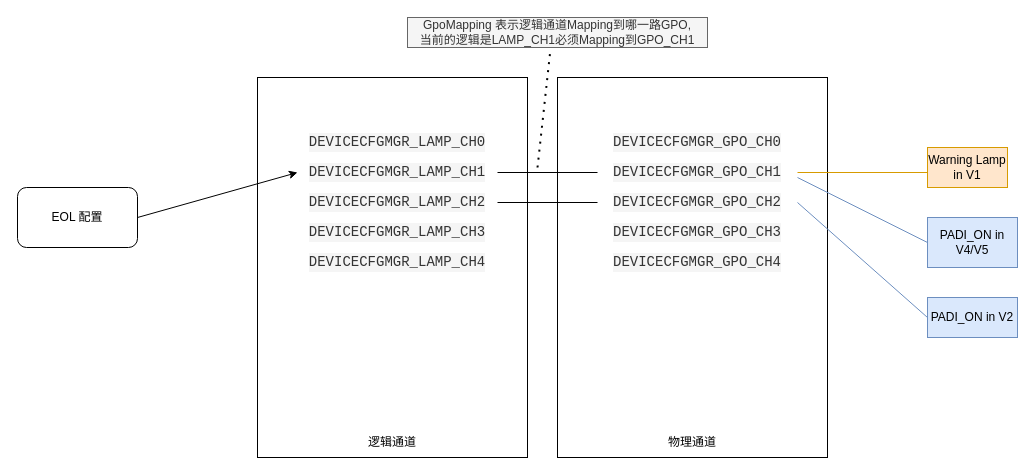
Before: Gpo_configuration.drawio in woshitanwang/pics_procdure, a draw.io diagram. Source tidied: cells renumbered, new cells numbered last; positions are measured from the earlier drawing's top-left corner, leaving out a move shared by most shapes. Both pictures are drawn from the tidied source at 100%, with x=0, y=0 at pixel (17, 17).
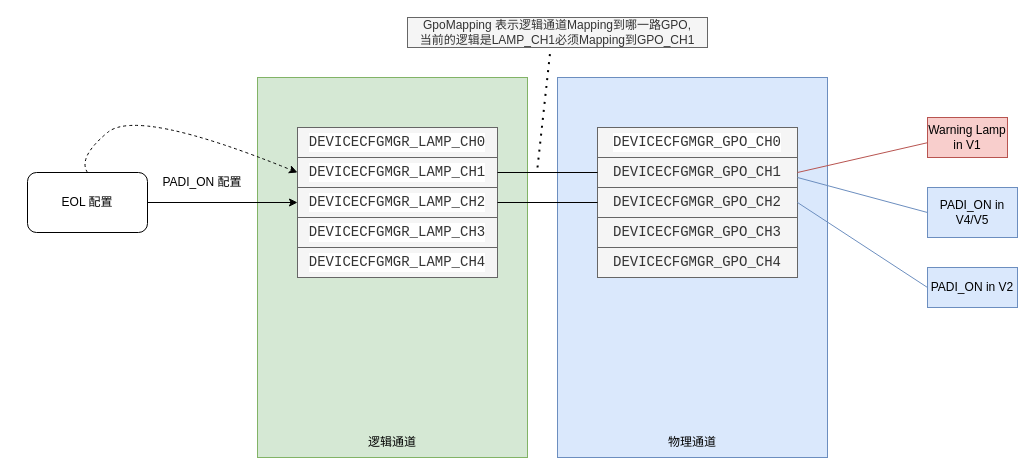
The same diagram, later.

Change to the diagram source:
```diff
@@
-    <mxCell id="2" style="rounded=0;whiteSpace=wrap;html=1;" parent="1" vertex="1">
+    <mxCell id="2" style="rounded=0;whiteSpace=wrap;html=1;fillColor=#d5e8d4;strokeColor=#82b366;" parent="1" vertex="1">
       <mxGeometry x="240" y="60" width="270" height="380" as="geometry" />
     </mxCell>
@@
-    <mxCell id="4" style="rounded=0;whiteSpace=wrap;html=1;" parent="1" vertex="1">
+    <mxCell id="4" style="rounded=0;whiteSpace=wrap;html=1;fillColor=#dae8fc;strokeColor=#6c8ebf;" parent="1" vertex="1">
       <mxGeometry x="540" y="60" width="270" height="380" as="geometry" />
     </mxCell>
@@
-    <mxCell id="6" value="&lt;div style=&quot;color: rgb(51, 51, 51); background-color: rgb(245, 245, 245); font-family: Consolas, &amp;quot;Courier New&amp;quot;, monospace; font-size: 14px; line-height: 19px;&quot;&gt;DEVICECFGMGR_LAMP_CH0&lt;/div&gt;" style="text;html=1;strokeColor=none;fillColor=none;align=center;verticalAlign=middle;whiteSpace=wrap;rounded=0;" parent="1" vertex="1">
+    <mxCell id="6" value="&lt;div style=&quot;color: rgb(51, 51, 51); font-family: Consolas, &amp;quot;Courier New&amp;quot;, monospace; font-size: 14px; line-height: 19px;&quot;&gt;DEVICECFGMGR_LAMP_CH0&lt;/div&gt;" style="text;html=1;strokeColor=#666666;fillColor=#f5f5f5;align=center;verticalAlign=middle;whiteSpace=wrap;rounded=0;labelBackgroundColor=#FFFFFF;fontColor=#333333;" parent="1" vertex="1">
       <mxGeometry x="280" y="110" width="200" height="30" as="geometry" />
     </mxCell>
-    <mxCell id="7" value="&lt;div style=&quot;color: rgb(51, 51, 51); background-color: rgb(245, 245, 245); font-family: Consolas, &amp;quot;Courier New&amp;quot;, monospace; font-size: 14px; line-height: 19px;&quot;&gt;DEVICECFGMGR_LAMP_CH1&lt;/div&gt;" style="text;html=1;strokeColor=none;fillColor=none;align=center;verticalAlign=middle;whiteSpace=wrap;rounded=0;" parent="1" vertex="1">
+    <mxCell id="7" value="&lt;div style=&quot;color: rgb(51, 51, 51); font-family: Consolas, &amp;quot;Courier New&amp;quot;, monospace; font-size: 14px; line-height: 19px;&quot;&gt;DEVICECFGMGR_LAMP_CH1&lt;/div&gt;" style="text;html=1;strokeColor=#666666;fillColor=#f5f5f5;align=center;verticalAlign=middle;whiteSpace=wrap;rounded=0;labelBackgroundColor=#FFFFFF;fontColor=#333333;" parent="1" vertex="1">
       <mxGeometry x="280" y="140" width="200" height="30" as="geometry" />
     </mxCell>
-    <mxCell id="8" value="&lt;div style=&quot;color: rgb(51, 51, 51); background-color: rgb(245, 245, 245); font-family: Consolas, &amp;quot;Courier New&amp;quot;, monospace; font-size: 14px; line-height: 19px;&quot;&gt;DEVICECFGMGR_LAMP_CH2&lt;/div&gt;" style="text;html=1;strokeColor=none;fillColor=none;align=center;verticalAlign=middle;whiteSpace=wrap;rounded=0;" parent="1" vertex="1">
+    <mxCell id="8" value="&lt;div style=&quot;color: rgb(51, 51, 51); font-family: Consolas, &amp;quot;Courier New&amp;quot;, monospace; font-size: 14px; line-height: 19px;&quot;&gt;DEVICECFGMGR_LAMP_CH2&lt;/div&gt;" style="text;html=1;strokeColor=#666666;fillColor=#f5f5f5;align=center;verticalAlign=middle;whiteSpace=wrap;rounded=0;labelBackgroundColor=#FFFFFF;fontColor=#333333;" parent="1" vertex="1">
       <mxGeometry x="280" y="170" width="200" height="30" as="geometry" />
     </mxCell>
-    <mxCell id="9" value="&lt;div style=&quot;color: rgb(51, 51, 51); background-color: rgb(245, 245, 245); font-family: Consolas, &amp;quot;Courier New&amp;quot;, monospace; font-size: 14px; line-height: 19px;&quot;&gt;DEVICECFGMGR_LAMP_CH3&lt;/div&gt;" style="text;html=1;strokeColor=none;fillColor=none;align=center;verticalAlign=middle;whiteSpace=wrap;rounded=0;" parent="1" vertex="1">
+    <mxCell id="9" value="&lt;div style=&quot;color: rgb(51, 51, 51); font-family: Consolas, &amp;quot;Courier New&amp;quot;, monospace; font-size: 14px; line-height: 19px;&quot;&gt;DEVICECFGMGR_LAMP_CH3&lt;/div&gt;" style="text;html=1;strokeColor=#666666;fillColor=#f5f5f5;align=center;verticalAlign=middle;whiteSpace=wrap;rounded=0;labelBackgroundColor=#FFFFFF;fontColor=#333333;" parent="1" vertex="1">
       <mxGeometry x="280" y="200" width="200" height="30" as="geometry" />
     </mxCell>
-    <mxCell id="10" value="&lt;div style=&quot;color: rgb(51, 51, 51); background-color: rgb(245, 245, 245); font-family: Consolas, &amp;quot;Courier New&amp;quot;, monospace; font-size: 14px; line-height: 19px;&quot;&gt;DEVICECFGMGR_LAMP_CH4&lt;/div&gt;" style="text;html=1;strokeColor=none;fillColor=none;align=center;verticalAlign=middle;whiteSpace=wrap;rounded=0;" parent="1" vertex="1">
+    <mxCell id="10" value="&lt;div style=&quot;color: rgb(51, 51, 51); font-family: Consolas, &amp;quot;Courier New&amp;quot;, monospace; font-size: 14px; line-height: 19px;&quot;&gt;DEVICECFGMGR_LAMP_CH4&lt;/div&gt;" style="text;html=1;strokeColor=#666666;fillColor=#f5f5f5;align=center;verticalAlign=middle;whiteSpace=wrap;rounded=0;labelBackgroundColor=#FFFFFF;fontColor=#333333;" parent="1" vertex="1">
       <mxGeometry x="280" y="230" width="200" height="30" as="geometry" />
     </mxCell>
-    <mxCell id="11" value="&lt;div style=&quot;color: rgb(51, 51, 51); background-color: rgb(245, 245, 245); font-family: Consolas, &amp;quot;Courier New&amp;quot;, monospace; font-size: 14px; line-height: 19px;&quot;&gt;&lt;div style=&quot;line-height: 19px;&quot;&gt;DEVICECFGMGR_GPO_CH0&lt;/div&gt;&lt;/div&gt;" style="text;html=1;strokeColor=none;fillColor=none;align=center;verticalAlign=middle;whiteSpace=wrap;rounded=0;" parent="1" vertex="1">
+    <mxCell id="11" value="&lt;div style=&quot;font-family: Consolas, &amp;quot;Courier New&amp;quot;, monospace; font-size: 14px; line-height: 19px;&quot;&gt;&lt;div style=&quot;line-height: 19px;&quot;&gt;DEVICECFGMGR_GPO_CH0&lt;/div&gt;&lt;/div&gt;" style="text;html=1;strokeColor=#666666;fillColor=#f5f5f5;align=center;verticalAlign=middle;whiteSpace=wrap;rounded=0;labelBackgroundColor=#FFFFFF;fontColor=#333333;" parent="1" vertex="1">
       <mxGeometry x="580" y="110" width="200" height="30" as="geometry" />
     </mxCell>
-    <mxCell id="12" value="&lt;div style=&quot;color: rgb(51, 51, 51); background-color: rgb(245, 245, 245); font-family: Consolas, &amp;quot;Courier New&amp;quot;, monospace; font-size: 14px; line-height: 19px;&quot;&gt;&lt;div style=&quot;line-height: 19px;&quot;&gt;DEVICECFGMGR_GPO_CH1&lt;/div&gt;&lt;/div&gt;" style="text;html=1;strokeColor=none;fillColor=none;align=center;verticalAlign=middle;whiteSpace=wrap;rounded=0;" parent="1" vertex="1">
+    <mxCell id="12" value="&lt;div style=&quot;background-color: rgb(245, 245, 245); font-family: Consolas, &amp;quot;Courier New&amp;quot;, monospace; font-size: 14px; line-height: 19px;&quot;&gt;&lt;div style=&quot;line-height: 19px;&quot;&gt;DEVICECFGMGR_GPO_CH1&lt;/div&gt;&lt;/div&gt;" style="text;html=1;strokeColor=#666666;fillColor=#f5f5f5;align=center;verticalAlign=middle;whiteSpace=wrap;rounded=0;fontColor=#333333;" parent="1" vertex="1">
       <mxGeometry x="580" y="140" width="200" height="30" as="geometry" />
     </mxCell>
-    <mxCell id="13" value="&lt;div style=&quot;color: rgb(51, 51, 51); background-color: rgb(245, 245, 245); font-family: Consolas, &amp;quot;Courier New&amp;quot;, monospace; font-size: 14px; line-height: 19px;&quot;&gt;&lt;div style=&quot;line-height: 19px;&quot;&gt;DEVICECFGMGR_GPO_CH2&lt;/div&gt;&lt;/div&gt;" style="text;html=1;strokeColor=none;fillColor=none;align=center;verticalAlign=middle;whiteSpace=wrap;rounded=0;" parent="1" vertex="1">
+    <mxCell id="13" value="&lt;div style=&quot;background-color: rgb(245, 245, 245); font-family: Consolas, &amp;quot;Courier New&amp;quot;, monospace; font-size: 14px; line-height: 19px;&quot;&gt;&lt;div style=&quot;line-height: 19px;&quot;&gt;DEVICECFGMGR_GPO_CH2&lt;/div&gt;&lt;/div&gt;" style="text;html=1;strokeColor=#666666;fillColor=#f5f5f5;align=center;verticalAlign=middle;whiteSpace=wrap;rounded=0;fontColor=#333333;" parent="1" vertex="1">
       <mxGeometry x="580" y="170" width="200" height="30" as="geometry" />
     </mxCell>
-    <mxCell id="14" value="&lt;div style=&quot;color: rgb(51, 51, 51); background-color: rgb(245, 245, 245); font-family: Consolas, &amp;quot;Courier New&amp;quot;, monospace; font-size: 14px; line-height: 19px;&quot;&gt;&lt;div style=&quot;line-height: 19px;&quot;&gt;DEVICECFGMGR_GPO_CH3&lt;/div&gt;&lt;/div&gt;" style="text;html=1;strokeColor=none;fillColor=none;align=center;verticalAlign=middle;whiteSpace=wrap;rounded=0;" parent="1" vertex="1">
+    <mxCell id="14" value="&lt;div style=&quot;background-color: rgb(245, 245, 245); font-family: Consolas, &amp;quot;Courier New&amp;quot;, monospace; font-size: 14px; line-height: 19px;&quot;&gt;&lt;div style=&quot;line-height: 19px;&quot;&gt;DEVICECFGMGR_GPO_CH3&lt;/div&gt;&lt;/div&gt;" style="text;html=1;strokeColor=#666666;fillColor=#f5f5f5;align=center;verticalAlign=middle;whiteSpace=wrap;rounded=0;fontColor=#333333;" parent="1" vertex="1">
       <mxGeometry x="580" y="200" width="200" height="30" as="geometry" />
     </mxCell>
-    <mxCell id="15" value="&lt;div style=&quot;color: rgb(51, 51, 51); background-color: rgb(245, 245, 245); font-family: Consolas, &amp;quot;Courier New&amp;quot;, monospace; font-size: 14px; line-height: 19px;&quot;&gt;&lt;div style=&quot;line-height: 19px;&quot;&gt;DEVICECFGMGR_GPO_CH4&lt;/div&gt;&lt;/div&gt;" style="text;html=1;strokeColor=none;fillColor=none;align=center;verticalAlign=middle;whiteSpace=wrap;rounded=0;" parent="1" vertex="1">
+    <mxCell id="15" value="&lt;div style=&quot;background-color: rgb(245, 245, 245); font-family: Consolas, &amp;quot;Courier New&amp;quot;, monospace; font-size: 14px; line-height: 19px;&quot;&gt;&lt;div style=&quot;line-height: 19px;&quot;&gt;DEVICECFGMGR_GPO_CH4&lt;/div&gt;&lt;/div&gt;" style="text;html=1;strokeColor=#666666;fillColor=#f5f5f5;align=center;verticalAlign=middle;whiteSpace=wrap;rounded=0;fontColor=#333333;" parent="1" vertex="1">
       <mxGeometry x="580" y="230" width="200" height="30" as="geometry" />
     </mxCell>
     <mxCell id="16" value="EOL 配置" style="rounded=1;whiteSpace=wrap;html=1;" parent="1" vertex="1">
-      <mxGeometry y="170" width="120" height="60" as="geometry" />
+      <mxGeometry x="10" y="155" width="120" height="60" as="geometry" />
     </mxCell>
@@
-    <mxCell id="18" style="endArrow=none;html=1;rounded=0;exitX=1;exitY=0.5;exitDx=0;exitDy=0;fillColor=#ffe6cc;strokeColor=#d79b00;" parent="1" edge="1" source="12">
-      <mxGeometry relative="1" as="geometry">
-        <mxPoint x="910" y="155" as="targetPoint" />
-      </mxGeometry>
+    <mxCell id="18" style="endArrow=none;html=1;rounded=0;exitX=1;exitY=0.5;exitDx=0;exitDy=0;fillColor=#f8cecc;strokeColor=#b85450;entryX=0.016;entryY=0.623;entryDx=0;entryDy=0;entryPerimeter=0;" parent="1" edge="1" source="12" target="19">
+      <mxGeometry relative="1" as="geometry" />
     </mxCell>
-    <mxCell id="19" value="Warning Lamp in V1" style="text;html=1;strokeColor=#d79b00;fillColor=#ffe6cc;align=center;verticalAlign=middle;whiteSpace=wrap;rounded=0;" parent="1" vertex="1">
-      <mxGeometry x="910" y="130" width="80" height="40" as="geometry" />
+    <mxCell id="19" value="Warning Lamp in V1" style="text;html=1;strokeColor=#b85450;fillColor=#f8cecc;align=center;verticalAlign=middle;whiteSpace=wrap;rounded=0;" parent="1" vertex="1">
+      <mxGeometry x="910" y="100" width="80" height="40" as="geometry" />
     </mxCell>
@@
     <mxCell id="21" value="PADI_ON in V4/V5" style="text;html=1;strokeColor=#6c8ebf;fillColor=#dae8fc;align=center;verticalAlign=middle;whiteSpace=wrap;rounded=0;" parent="1" vertex="1">
-      <mxGeometry x="910" y="200" width="90" height="50" as="geometry" />
+      <mxGeometry x="910" y="170" width="90" height="50" as="geometry" />
     </mxCell>
@@
-    <mxCell id="24" style="endArrow=classic;html=1;rounded=0;exitX=1;exitY=0.5;exitDx=0;exitDy=0;entryX=0;entryY=0.5;entryDx=0;entryDy=0;" parent="1" edge="1" source="16" target="7">
+    <mxCell id="24" style="endArrow=classic;html=1;rounded=0;exitX=1;exitY=0.5;exitDx=0;exitDy=0;entryX=0;entryY=0.5;entryDx=0;entryDy=0;" parent="1" edge="1" source="16" target="8">
       <mxGeometry relative="1" as="geometry" />
     </mxCell>
@@
     <mxCell id="27" value="PADI_ON in V2" style="text;html=1;strokeColor=#6c8ebf;fillColor=#dae8fc;align=center;verticalAlign=middle;whiteSpace=wrap;rounded=0;" parent="1" vertex="1">
-      <mxGeometry x="910" y="280" width="90" height="40" as="geometry" />
+      <mxGeometry x="910" y="250" width="90" height="40" as="geometry" />
     </mxCell>
+    <mxCell id="28" value="PADI_ON 配置" style="text;html=1;strokeColor=none;fillColor=none;align=center;verticalAlign=middle;whiteSpace=wrap;rounded=0;" parent="1" vertex="1">
+      <mxGeometry x="140" y="150" width="90" height="30" as="geometry" />
+    </mxCell>
+    <mxCell id="29" style="curved=1;endArrow=classic;html=1;rounded=0;entryX=0;entryY=0.5;entryDx=0;entryDy=0;exitX=0.5;exitY=0;exitDx=0;exitDy=0;dashed=1;" parent="1" edge="1" source="16" target="7">
+      <mxGeometry relative="1" as="geometry">
+        <Array as="points">
+          <mxPoint x="60" y="140" />
+          <mxPoint x="120" y="90" />
+        </Array>
+      </mxGeometry>
+    </mxCell>
```
